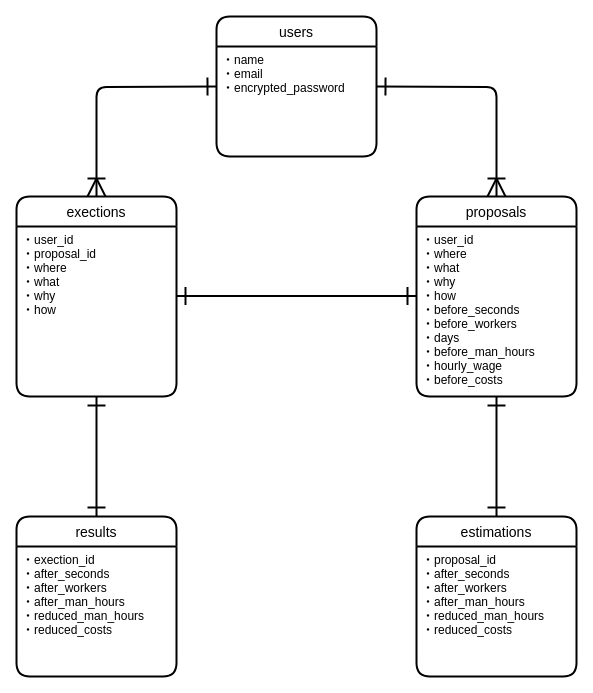
This is ER.dio from tanaka0s/kaizen_app, a draw.io file, before an edit. Source tidied: cells renumbered, new cells numbered last; positions are measured from the earlier drawing's top-left corner, leaving out a move shared by most shapes. Both pictures are drawn from the tidied source at 100%, with x=0, y=0 at pixel (16, 16).
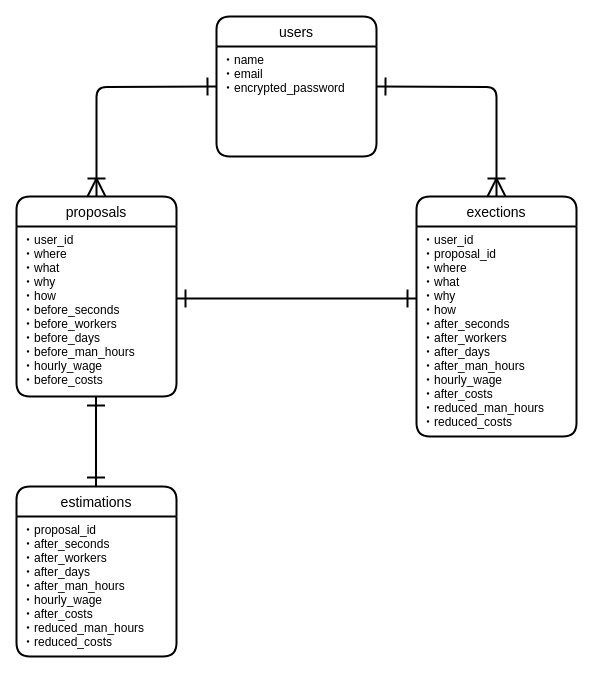
After the change.

Commit message (it also covers changes not shown here):
テーブル設計修正

Diff of the diagram source:
```diff
@@
 <mxGraphModel>
   <root>
     <mxCell id="0" />
     <mxCell id="1" parent="0" />
     <mxCell id="2" value="users" style="swimlane;horizontal=1;startSize=30;rounded=1;fontSize=14;fontStyle=0;strokeWidth=2;shadow=0;dashed=0;align=center;" parent="1" vertex="1">
       <mxGeometry x="200" width="160" height="140" as="geometry" />
     </mxCell>
     <mxCell id="3" value="・name&#10;・email&#10;・encrypted_password" style="align=left;strokeColor=none;fillColor=none;spacingLeft=4;fontSize=12;verticalAlign=top;" parent="2" vertex="1">
       <mxGeometry y="30" width="160" height="110" as="geometry" />
     </mxCell>
     <mxCell id="4" value="exections" style="swimlane;horizontal=1;startSize=30;rounded=1;fontSize=14;fontStyle=0;strokeWidth=2;shadow=0;dashed=0;align=center;" parent="1" vertex="1">
-      <mxGeometry y="180" width="160" height="200" as="geometry" />
+      <mxGeometry x="400" y="180" width="160" height="240" as="geometry" />
     </mxCell>
-    <mxCell id="5" value="・user_id&#10;・proposal_id&#10;・where&#10;・what&#10;・why&#10;・how" style="align=left;strokeColor=none;fillColor=none;spacingLeft=4;fontSize=12;verticalAlign=top;" parent="4" vertex="1">
-      <mxGeometry y="30" width="160" height="170" as="geometry" />
+    <mxCell id="5" value="・user_id&#10;・proposal_id&#10;・where&#10;・what&#10;・why&#10;・how&#10;・after_seconds&#10;・after_workers&#10;・after_days&#10;・after_man_hours&#10;・hourly_wage&#10;・after_costs&#10;・reduced_man_hours&#10;・reduced_costs" style="align=left;strokeColor=none;fillColor=none;spacingLeft=4;fontSize=12;verticalAlign=top;" parent="4" vertex="1">
+      <mxGeometry y="30" width="160" height="210" as="geometry" />
     </mxCell>
     <mxCell id="6" value="proposals" style="swimlane;horizontal=1;startSize=30;rounded=1;fontSize=14;fontStyle=0;strokeWidth=2;shadow=0;dashed=0;align=center;" parent="1" vertex="1">
-      <mxGeometry x="400" y="180" width="160" height="200" as="geometry" />
+      <mxGeometry y="180" width="160" height="200" as="geometry" />
     </mxCell>
-    <mxCell id="7" value="・user_id&#10;・where&#10;・what&#10;・why&#10;・how&#10;・before_seconds&#10;・before_workers&#10;・days&#10;・before_man_hours&#10;・hourly_wage&#10;・before_costs" style="align=left;strokeColor=none;fillColor=none;spacingLeft=4;fontSize=12;verticalAlign=top;" parent="6" vertex="1">
+    <mxCell id="7" value="・user_id&#10;・where&#10;・what&#10;・why&#10;・how&#10;・before_seconds&#10;・before_workers&#10;・before_days&#10;・before_man_hours&#10;・hourly_wage&#10;・before_costs" style="align=left;strokeColor=none;fillColor=none;spacingLeft=4;fontSize=12;verticalAlign=top;" parent="6" vertex="1">
       <mxGeometry y="30" width="160" height="170" as="geometry" />
     </mxCell>
-    <mxCell id="8" style="edgeStyle=orthogonalEdgeStyle;fontSize=12;html=1;endArrow=ERoneToMany;entryX=0.5;entryY=0;entryDx=0;entryDy=0;strokeWidth=2;sourcePerimeterSpacing=0;startArrow=ERone;startFill=0;jumpSize=6;targetPerimeterSpacing=0;endSize=15;startSize=15;" parent="1" edge="1" target="6">
+    <mxCell id="8" style="edgeStyle=orthogonalEdgeStyle;fontSize=12;html=1;endArrow=ERoneToMany;strokeWidth=2;sourcePerimeterSpacing=0;startArrow=ERone;startFill=0;jumpSize=6;targetPerimeterSpacing=0;endSize=15;startSize=15;entryX=0.5;entryY=0;entryDx=0;entryDy=0;" parent="1" edge="1" target="4">
       <mxGeometry relative="1" as="geometry">
         <mxPoint x="360" y="70" as="sourcePoint" />
       </mxGeometry>
     </mxCell>
-    <mxCell id="9" style="edgeStyle=orthogonalEdgeStyle;fontSize=12;html=1;endArrow=ERoneToMany;entryX=0.5;entryY=0;entryDx=0;entryDy=0;endSize=15;startSize=15;strokeWidth=2;startArrow=ERone;startFill=0;" parent="1" edge="1" target="4">
+    <mxCell id="9" style="edgeStyle=orthogonalEdgeStyle;fontSize=12;html=1;endArrow=ERoneToMany;endSize=15;startSize=15;strokeWidth=2;startArrow=ERone;startFill=0;entryX=0.5;entryY=0;entryDx=0;entryDy=0;" parent="1" edge="1" target="6">
       <mxGeometry relative="1" as="geometry">
         <mxPoint x="200" y="70" as="sourcePoint" />
       </mxGeometry>
     </mxCell>
     <mxCell id="10" style="endArrow=ERone;html=1;rounded=0;startSize=15;endSize=15;sourcePerimeterSpacing=0;targetPerimeterSpacing=0;strokeWidth=2;jumpSize=6;startArrow=ERone;startFill=0;endFill=0;" parent="1" edge="1">
       <mxGeometry relative="1" as="geometry">
-        <mxPoint x="160" y="279.5" as="sourcePoint" />
-        <mxPoint x="400" y="279.5" as="targetPoint" />
+        <mxPoint x="160" y="282" as="sourcePoint" />
+        <mxPoint x="400" y="282" as="targetPoint" />
       </mxGeometry>
     </mxCell>
     <mxCell id="11" value="estimations" style="swimlane;horizontal=1;startSize=30;rounded=1;fontSize=14;fontStyle=0;strokeWidth=2;shadow=0;dashed=0;align=center;" parent="1" vertex="1">
-      <mxGeometry x="400" y="500" width="160" height="160" as="geometry" />
+      <mxGeometry y="470" width="160" height="170" as="geometry" />
     </mxCell>
-    <mxCell id="12" value="・proposal_id&#10;・after_seconds&#10;・after_workers&#10;・after_man_hours&#10;・reduced_man_hours&#10;・reduced_costs" style="align=left;strokeColor=none;fillColor=none;spacingLeft=4;fontSize=12;verticalAlign=top;" parent="11" vertex="1">
-      <mxGeometry y="30" width="160" height="130" as="geometry" />
+    <mxCell id="12" value="・proposal_id&#10;・after_seconds&#10;・after_workers&#10;・after_days&#10;・after_man_hours&#10;・hourly_wage&#10;・after_costs&#10;・reduced_man_hours&#10;・reduced_costs" style="align=left;strokeColor=none;fillColor=none;spacingLeft=4;fontSize=12;verticalAlign=top;" parent="11" vertex="1">
+      <mxGeometry y="30" width="160" height="140" as="geometry" />
     </mxCell>
-    <mxCell id="13" value="results" style="swimlane;horizontal=1;startSize=30;rounded=1;fontSize=14;fontStyle=0;strokeWidth=2;shadow=0;dashed=0;align=center;" parent="1" vertex="1">
-      <mxGeometry y="500" width="160" height="160" as="geometry" />
-    </mxCell>
-    <mxCell id="14" value="・exection_id&#10;・after_seconds&#10;・after_workers&#10;・after_man_hours&#10;・reduced_man_hours&#10;・reduced_costs" style="align=left;strokeColor=none;fillColor=none;spacingLeft=4;fontSize=12;verticalAlign=top;" parent="13" vertex="1">
-      <mxGeometry y="30" width="160" height="130" as="geometry" />
-    </mxCell>
-    <mxCell id="15" style="endArrow=ERone;html=1;rounded=0;startSize=15;endSize=15;sourcePerimeterSpacing=0;targetPerimeterSpacing=0;strokeWidth=2;jumpSize=6;entryX=0.5;entryY=1;entryDx=0;entryDy=0;exitX=0.5;exitY=0;exitDx=0;exitDy=0;startArrow=ERone;startFill=0;endFill=0;" parent="1" edge="1" source="13" target="5">
-      <mxGeometry relative="1" as="geometry" />
-    </mxCell>
-    <mxCell id="16" style="endArrow=ERone;html=1;rounded=0;startSize=15;endSize=15;sourcePerimeterSpacing=0;targetPerimeterSpacing=0;strokeWidth=2;jumpSize=6;entryX=0.5;entryY=1;entryDx=0;entryDy=0;startArrow=ERone;startFill=0;endFill=0;" parent="1" edge="1" target="7">
+    <mxCell id="16" style="endArrow=ERone;html=1;rounded=0;startSize=15;endSize=15;sourcePerimeterSpacing=0;targetPerimeterSpacing=0;strokeWidth=2;jumpSize=6;startArrow=ERone;startFill=0;endFill=0;" parent="1" edge="1">
       <mxGeometry relative="1" as="geometry">
-        <mxPoint x="480" y="500" as="sourcePoint" />
+        <mxPoint x="79.5" y="470" as="sourcePoint" />
+        <mxPoint x="79.5" y="380" as="targetPoint" />
       </mxGeometry>
     </mxCell>
   </root>
 </mxGraphModel>
```
